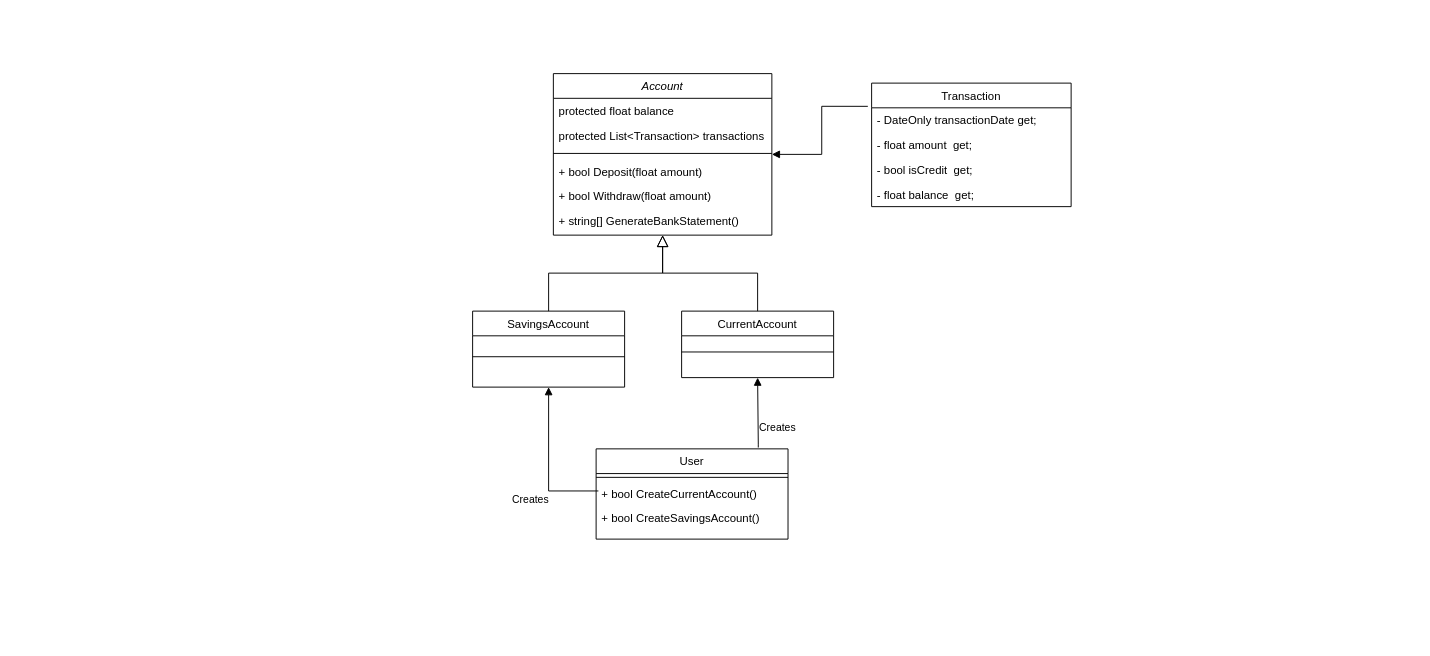
Earlier version of the draw.io diagram ClassDiagram.drawio (boolean-uk/csharp-tdd-oop-bank-challenge). Source tidied: cells renumbered, new cells numbered last; positions are measured from the earlier drawing's top-left corner, leaving out a move shared by most shapes. Both pictures are drawn from the tidied source at 95%, with x=0, y=0 at pixel (472, 73).
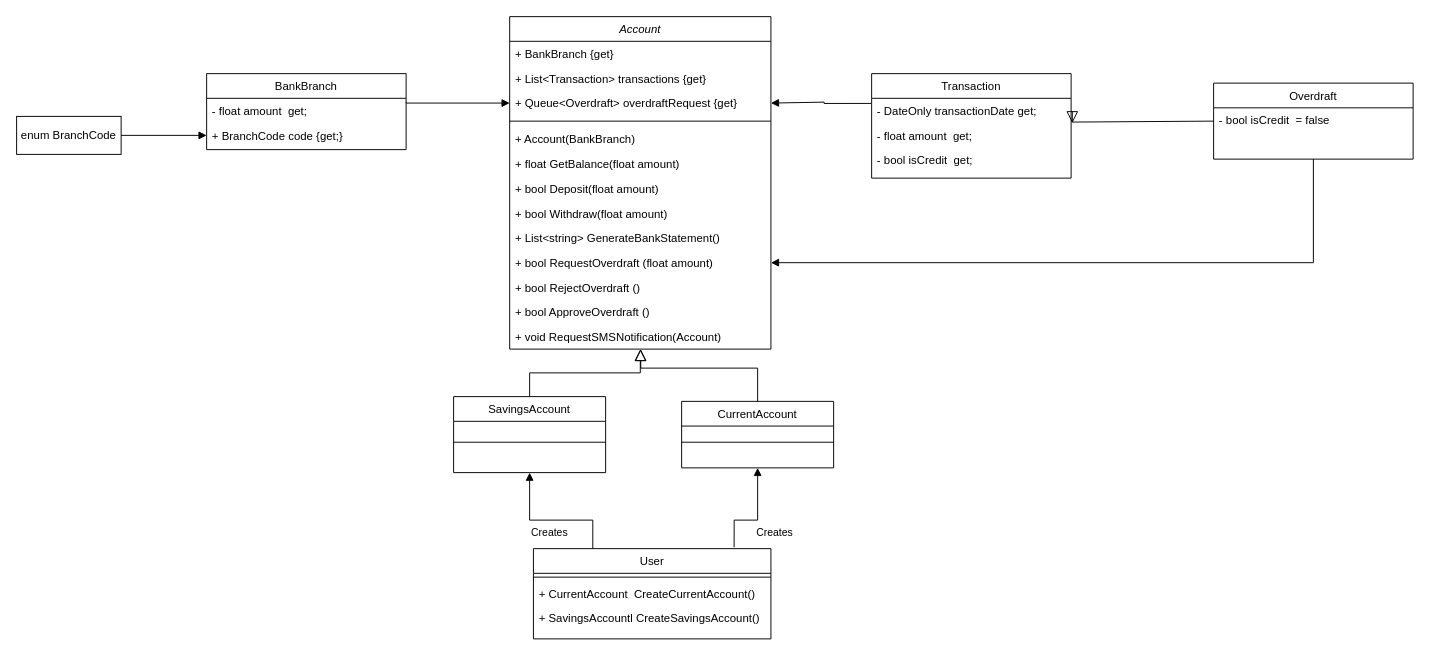
After the change.

The change refers to these unchanged cells:
```xml
<mxCell id="21" value="- DateOnly transactionDate get;" style="text;strokeColor=none;fillColor=none;align=left;verticalAlign=top;spacingLeft=4;spacingRight=4;overflow=hidden;points=[[0,0.5],[1,0.5]];portConstraint=eastwest;whiteSpace=wrap;html=1;" parent="20" vertex="1">
  <mxGeometry y="26" width="210" height="26" as="geometry" />
</mxCell>
<mxCell id="22" value="- float amount&amp;nbsp; get;" style="text;strokeColor=none;fillColor=none;align=left;verticalAlign=top;spacingLeft=4;spacingRight=4;overflow=hidden;points=[[0,0.5],[1,0.5]];portConstraint=eastwest;whiteSpace=wrap;html=1;" parent="20" vertex="1">
  <mxGeometry y="52" width="210" height="26" as="geometry" />
</mxCell>
```

What changed in the source:
```diff
@@
     <mxCell id="2" value="Account" style="swimlane;fontStyle=2;align=center;verticalAlign=top;horizontal=1;startSize=26;rounded=0;shadow=0;strokeWidth=1;" parent="1" vertex="1">
-      <mxGeometry x="85" width="230" height="170" as="geometry" />
+      <mxGeometry x="39" y="-60" width="275" height="350" as="geometry" />
     </mxCell>
-    <mxCell id="3" value="protected float balance" style="text;align=left;verticalAlign=top;spacingLeft=4;spacingRight=4;overflow=hidden;" parent="2" vertex="1">
-      <mxGeometry y="26" width="230" height="26" as="geometry" />
+    <mxCell id="3" value="+ BankBranch {get}" style="text;align=left;verticalAlign=top;spacingLeft=4;spacingRight=4;overflow=hidden;" parent="2" vertex="1">
+      <mxGeometry y="26" width="275" height="26" as="geometry" />
     </mxCell>
-    <mxCell id="4" value="protected List&lt;Transaction&gt; transactions" style="text;align=left;verticalAlign=top;spacingLeft=4;spacingRight=4;overflow=hidden;" parent="2" vertex="1">
-      <mxGeometry y="52" width="230" height="26" as="geometry" />
+    <mxCell id="4" value="+ List&lt;Transaction&gt; transactions {get}" style="text;align=left;verticalAlign=top;spacingLeft=4;spacingRight=4;overflow=hidden;" parent="2" vertex="1">
+      <mxGeometry y="52" width="275" height="26" as="geometry" />
     </mxCell>
+    <mxCell id="27" value="+ Queue&lt;Overdraft&gt; overdraftRequest {get}" style="text;align=left;verticalAlign=top;spacingLeft=4;spacingRight=4;overflow=hidden;points=[[0,0.5],[1,0.5]];portConstraint=eastwest;" parent="2" vertex="1">
+      <mxGeometry y="78" width="275" height="26" as="geometry" />
+    </mxCell>
     <mxCell id="5" style="line;html=1;strokeWidth=1;align=left;verticalAlign=middle;spacingTop=-1;spacingLeft=3;spacingRight=3;labelPosition=right;" parent="2" vertex="1">
-      <mxGeometry y="78" width="230" height="12" as="geometry" />
+      <mxGeometry y="104" width="275" height="12" as="geometry" />
     </mxCell>
-    <mxCell id="6" value="+ bool Deposit(float amount)" style="text;align=left;verticalAlign=top;spacingLeft=4;spacingRight=4;overflow=hidden;" parent="2" vertex="1">
-      <mxGeometry y="90" width="230" height="26" as="geometry" />
+    <mxCell id="6" value="+ Account(BankBranch)" style="text;align=left;verticalAlign=top;spacingLeft=4;spacingRight=4;overflow=hidden;" parent="2" vertex="1">
+      <mxGeometry y="116" width="275" height="26" as="geometry" />
     </mxCell>
+    <mxCell id="28" value="+ float GetBalance(float amount)" style="text;align=left;verticalAlign=top;spacingLeft=4;spacingRight=4;overflow=hidden;" parent="2" vertex="1">
+      <mxGeometry y="142" width="275" height="26" as="geometry" />
+    </mxCell>
-    <mxCell id="7" value="+ bool Withdraw(float amount)" style="text;align=left;verticalAlign=top;spacingLeft=4;spacingRight=4;overflow=hidden;" parent="2" vertex="1">
-      <mxGeometry y="116" width="230" height="26" as="geometry" />
+    <mxCell id="7" value="+ bool Deposit(float amount)" style="text;align=left;verticalAlign=top;spacingLeft=4;spacingRight=4;overflow=hidden;" parent="2" vertex="1">
+      <mxGeometry y="168" width="275" height="26" as="geometry" />
     </mxCell>
+    <mxCell id="29" value="+ bool Withdraw(float amount)" style="text;align=left;verticalAlign=top;spacingLeft=4;spacingRight=4;overflow=hidden;" parent="2" vertex="1">
+      <mxGeometry y="194" width="275" height="26" as="geometry" />
+    </mxCell>
-    <mxCell id="8" value="+ string[] GenerateBankStatement()" style="text;align=left;verticalAlign=top;spacingLeft=4;spacingRight=4;overflow=hidden;" parent="2" vertex="1">
-      <mxGeometry y="142" width="230" height="26" as="geometry" />
+    <mxCell id="8" value="+ List&lt;string&gt; GenerateBankStatement()" style="text;align=left;verticalAlign=top;spacingLeft=4;spacingRight=4;overflow=hidden;" parent="2" vertex="1">
+      <mxGeometry y="220" width="275" height="26" as="geometry" />
     </mxCell>
+    <mxCell id="30" value="+ bool RequestOverdraft (float amount)" style="text;align=left;verticalAlign=top;spacingLeft=4;spacingRight=4;overflow=hidden;points=[[0,0.5],[1,0.5]];portConstraint=eastwest;" parent="2" vertex="1">
+      <mxGeometry y="246" width="275" height="26" as="geometry" />
+    </mxCell>
+    <mxCell id="31" value="+ bool RejectOverdraft ()" style="text;align=left;verticalAlign=top;spacingLeft=4;spacingRight=4;overflow=hidden;" parent="2" vertex="1">
+      <mxGeometry y="272" width="275" height="26" as="geometry" />
+    </mxCell>
+    <mxCell id="32" value="+ bool ApproveOverdraft ()" style="text;align=left;verticalAlign=top;spacingLeft=4;spacingRight=4;overflow=hidden;" parent="2" vertex="1">
+      <mxGeometry y="298" width="275" height="26" as="geometry" />
+    </mxCell>
+    <mxCell id="33" value="+ void RequestSMSNotification(Account)" style="text;align=left;verticalAlign=top;spacingLeft=4;spacingRight=4;overflow=hidden;" parent="2" vertex="1">
+      <mxGeometry y="324" width="275" height="26" as="geometry" />
+    </mxCell>
     <mxCell id="9" value="SavingsAccount" style="swimlane;fontStyle=0;align=center;verticalAlign=top;horizontal=1;startSize=26;rounded=0;shadow=0;strokeWidth=1;" parent="1" vertex="1">
-      <mxGeometry y="250" width="160" height="80" as="geometry" />
+      <mxGeometry x="-20" y="340" width="160" height="80" as="geometry" />
     </mxCell>
@@
     <mxCell id="12" value="CurrentAccount" style="swimlane;fontStyle=0;align=center;verticalAlign=top;horizontal=1;startSize=26;rounded=0;shadow=0;strokeWidth=1;" parent="1" vertex="1">
-      <mxGeometry x="220" y="250" width="160" height="70" as="geometry" />
+      <mxGeometry x="220" y="345" width="160" height="70" as="geometry" />
     </mxCell>
@@
     <mxCell id="14" style="endArrow=block;endSize=10;endFill=0;shadow=0;strokeWidth=1;rounded=0;edgeStyle=elbowEdgeStyle;elbow=vertical;" parent="1" edge="1" source="12" target="2">
-      <mxGeometry relative="1" as="geometry" />
+      <mxGeometry relative="1" as="geometry">
+        <Array as="points">
+          <mxPoint x="177" y="310" />
+        </Array>
+      </mxGeometry>
     </mxCell>
     <mxCell id="15" value="User" style="swimlane;fontStyle=0;align=center;verticalAlign=top;horizontal=1;startSize=26;rounded=0;shadow=0;strokeWidth=1;" parent="1" vertex="1">
-      <mxGeometry x="130" y="395" width="202" height="95" as="geometry" />
+      <mxGeometry x="64" y="500" width="250" height="95" as="geometry" />
     </mxCell>
     <mxCell id="16" style="line;html=1;strokeWidth=1;align=left;verticalAlign=middle;spacingTop=-1;spacingLeft=3;spacingRight=3;labelPosition=right;" parent="15" vertex="1">
-      <mxGeometry y="26" width="202" height="8" as="geometry" />
+      <mxGeometry y="26" width="250" height="8" as="geometry" />
     </mxCell>
-    <mxCell id="17" value="+ bool CreateCurrentAccount()" style="text;align=left;verticalAlign=top;spacingLeft=4;spacingRight=4;overflow=hidden;" parent="15" vertex="1">
-      <mxGeometry y="34" width="202" height="26" as="geometry" />
+    <mxCell id="17" value="+ CurrentAccount  CreateCurrentAccount()" style="text;align=left;verticalAlign=top;spacingLeft=4;spacingRight=4;overflow=hidden;" parent="15" vertex="1">
+      <mxGeometry y="34" width="250" height="26" as="geometry" />
     </mxCell>
-    <mxCell id="18" value="+ bool CreateSavingsAccount()" style="text;align=left;verticalAlign=top;spacingLeft=4;spacingRight=4;overflow=hidden;" parent="15" vertex="1">
-      <mxGeometry y="60" width="202" height="26" as="geometry" />
+    <mxCell id="18" value="+ SavingsAccountl CreateSavingsAccount()" style="text;align=left;verticalAlign=top;spacingLeft=4;spacingRight=4;overflow=hidden;" parent="15" vertex="1">
+      <mxGeometry y="60" width="250" height="26" as="geometry" />
     </mxCell>
     <mxCell id="19" value="Creates" style="endArrow=block;endFill=1;html=1;edgeStyle=orthogonalEdgeStyle;align=left;verticalAlign=top;rounded=0;entryX=0.5;entryY=1;entryDx=0;entryDy=0;exitX=0.845;exitY=-0.015;exitDx=0;exitDy=0;exitPerimeter=0;" parent="1" edge="1" source="15" target="12">
       <mxGeometry x="-0.08" relative="1" as="geometry">
         <Array as="points">
-          <mxPoint x="301" y="390" />
-          <mxPoint x="300" y="390" />
+          <mxPoint x="275" y="470" />
+          <mxPoint x="300" y="470" />
         </Array>
       </mxGeometry>
     </mxCell>
     <mxCell id="20" value="Transaction" style="swimlane;fontStyle=0;align=center;verticalAlign=top;horizontal=1;startSize=26;rounded=0;shadow=0;strokeWidth=1;" parent="1" vertex="1">
-      <mxGeometry x="420" y="10" width="210" height="130" as="geometry" />
+      <mxGeometry x="420" width="210" height="110" as="geometry" />
     </mxCell>
@@
-    <mxCell id="24" value="- float balance&amp;nbsp; get;" style="text;strokeColor=none;fillColor=none;align=left;verticalAlign=top;spacingLeft=4;spacingRight=4;overflow=hidden;whiteSpace=wrap;html=1;" parent="20" vertex="1">
-      <mxGeometry y="104" width="210" height="26" as="geometry" />
-    </mxCell>
-    <mxCell id="25" style="endArrow=block;endFill=1;html=1;edgeStyle=orthogonalEdgeStyle;align=left;verticalAlign=top;rounded=0;exitX=-0.019;exitY=0.188;exitDx=0;exitDy=0;exitPerimeter=0;" parent="1" edge="1" source="20" target="2">
-      <mxGeometry x="-0.29" y="2" relative="1" as="geometry" />
+    <mxCell id="25" style="endArrow=block;endFill=1;html=1;edgeStyle=orthogonalEdgeStyle;align=left;verticalAlign=top;rounded=0;entryX=1;entryY=0.5;entryDx=0;entryDy=0;exitX=-0.003;exitY=0.207;exitDx=0;exitDy=0;exitPerimeter=0;" parent="1" edge="1" source="21" target="27">
+      <mxGeometry x="-0.29" y="2" relative="1" as="geometry">
+        <Array as="points">
+          <mxPoint x="370" y="31" />
+          <mxPoint x="370" y="30" />
+          <mxPoint x="314" y="30" />
+        </Array>
+      </mxGeometry>
     </mxCell>
-    <mxCell id="26" value="Creates" style="endArrow=block;endFill=1;html=1;edgeStyle=orthogonalEdgeStyle;align=left;verticalAlign=top;rounded=0;entryX=0.5;entryY=1;entryDx=0;entryDy=0;exitX=0.012;exitY=0.704;exitDx=0;exitDy=0;exitPerimeter=0;" parent="1" edge="1" target="9">
-      <mxGeometry x="-0.29" y="40" relative="1" as="geometry">
-        <mxPoint x="132.4" y="439.3" as="sourcePoint" />
+    <mxCell id="26" value="Creates" style="endArrow=block;endFill=1;html=1;edgeStyle=orthogonalEdgeStyle;align=left;verticalAlign=top;rounded=0;entryX=0.5;entryY=1;entryDx=0;entryDy=0;exitX=0.25;exitY=0;exitDx=0;exitDy=0;" parent="1" edge="1" source="15" target="9">
+      <mxGeometry x="0.32" relative="1" as="geometry">
         <Array as="points">
-          <mxPoint x="80" y="439" />
+          <mxPoint x="127" y="470" />
+          <mxPoint x="60" y="470" />
         </Array>
       </mxGeometry>
     </mxCell>
+    <mxCell id="34" value="Overdraft" style="swimlane;fontStyle=0;align=center;verticalAlign=top;horizontal=1;startSize=26;rounded=0;shadow=0;strokeWidth=1;" parent="1" vertex="1">
+      <mxGeometry x="780" y="10" width="210" height="80" as="geometry" />
+    </mxCell>
+    <mxCell id="35" value="- bool isCredit&amp;nbsp; = false" style="text;strokeColor=none;fillColor=none;align=left;verticalAlign=top;spacingLeft=4;spacingRight=4;overflow=hidden;whiteSpace=wrap;html=1;" parent="34" vertex="1">
+      <mxGeometry y="26" width="210" height="26" as="geometry" />
+    </mxCell>
+    <mxCell id="36" style="endArrow=block;endSize=10;endFill=0;shadow=0;strokeWidth=1;rounded=0;edgeStyle=elbowEdgeStyle;elbow=vertical;exitX=0;exitY=0.5;exitDx=0;exitDy=0;entryX=1.006;entryY=0.004;entryDx=0;entryDy=0;entryPerimeter=0;" parent="1" edge="1" source="34" target="22">
+      <mxGeometry relative="1" as="geometry" />
+    </mxCell>
+    <mxCell id="37" style="endArrow=block;endFill=1;html=1;edgeStyle=orthogonalEdgeStyle;align=left;verticalAlign=top;rounded=0;exitX=0.5;exitY=1;exitDx=0;exitDy=0;entryX=1;entryY=0.5;entryDx=0;entryDy=0;" parent="1" edge="1" source="34" target="30">
+      <mxGeometry x="-0.29" y="2" relative="1" as="geometry">
+        <Array as="points">
+          <mxPoint x="885" y="199" />
+        </Array>
+      </mxGeometry>
+    </mxCell>
+    <mxCell id="38" value="BankBranch" style="swimlane;fontStyle=0;align=center;verticalAlign=top;horizontal=1;startSize=26;rounded=0;shadow=0;strokeWidth=1;" parent="1" vertex="1">
+      <mxGeometry x="-280" width="210" height="80" as="geometry" />
+    </mxCell>
+    <mxCell id="39" value="- float amount&amp;nbsp; get;" style="text;strokeColor=none;fillColor=none;align=left;verticalAlign=top;spacingLeft=4;spacingRight=4;overflow=hidden;whiteSpace=wrap;html=1;" parent="38" vertex="1">
+      <mxGeometry y="26" width="210" height="26" as="geometry" />
+    </mxCell>
+    <mxCell id="40" value="+ BranchCode code {get;}" style="text;strokeColor=none;fillColor=none;align=left;verticalAlign=top;spacingLeft=4;spacingRight=4;overflow=hidden;points=[[0,0.5],[1,0.5]];portConstraint=eastwest;whiteSpace=wrap;html=1;" parent="38" vertex="1">
+      <mxGeometry y="52" width="210" height="26" as="geometry" />
+    </mxCell>
+    <mxCell id="41" value="enum BranchCode" style="html=1;whiteSpace=wrap;" parent="1" vertex="1">
+      <mxGeometry x="-480" y="45" width="110" height="40" as="geometry" />
+    </mxCell>
+    <mxCell id="42" style="endArrow=block;endFill=1;html=1;edgeStyle=orthogonalEdgeStyle;align=left;verticalAlign=top;rounded=0;exitX=1;exitY=0.5;exitDx=0;exitDy=0;entryX=0;entryY=0.5;entryDx=0;entryDy=0;" parent="1" edge="1" source="41" target="40">
+      <mxGeometry x="-0.29" y="2" relative="1" as="geometry">
+        <Array as="points">
+          <mxPoint x="-370" y="65" />
+        </Array>
+      </mxGeometry>
+    </mxCell>
+    <mxCell id="43" style="endArrow=block;endFill=1;html=1;edgeStyle=orthogonalEdgeStyle;align=left;verticalAlign=top;rounded=0;entryX=0;entryY=0.5;entryDx=0;entryDy=0;" parent="1" edge="1" target="27">
+      <mxGeometry x="-0.29" y="2" relative="1" as="geometry">
+        <mxPoint x="-70" y="30" as="sourcePoint" />
+        <Array as="points">
+          <mxPoint x="-70" y="31" />
+        </Array>
+      </mxGeometry>
+    </mxCell>
```
